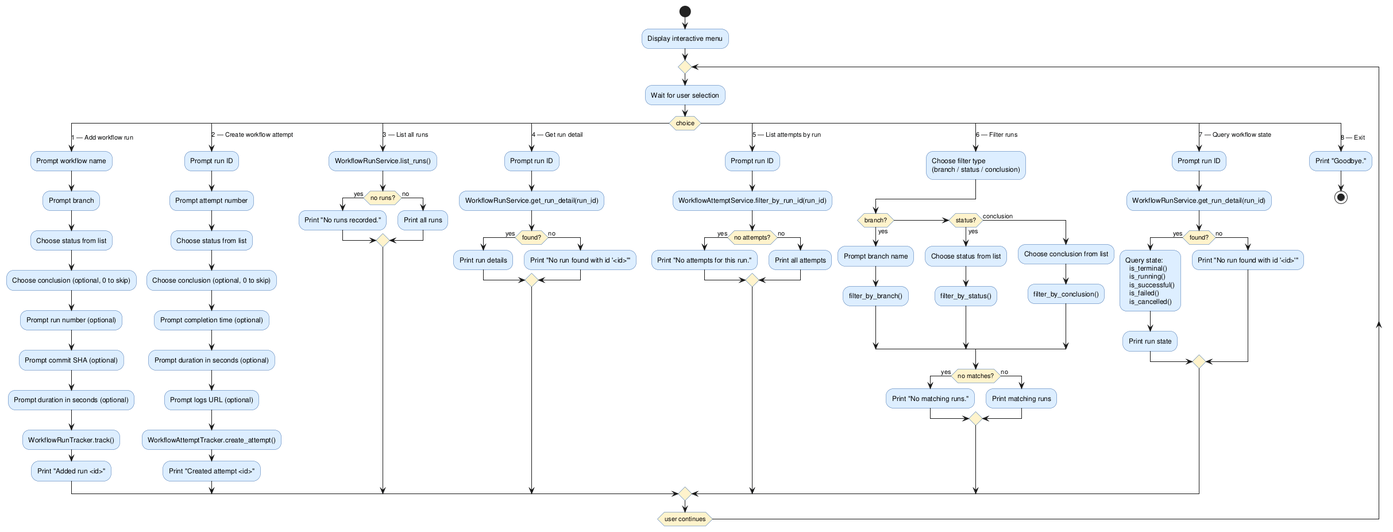
Above: experiments/pipeline/structured_text/github-workflow-manager/artifacts/activity_diagram_interactive.png in DanielRiha8906/Software_autoevolution_using_agents (PlantUML), before the change. Its diagram source:
```plantuml
@startuml activity_diagram_interactive

skinparam activityBackgroundColor #DDEEFF
skinparam activityBorderColor     #3366AA
skinparam activityDiamondBackgroundColor #FFF3CC

start

:Display interactive menu;

repeat

  :Wait for user selection;

  switch (choice)

    case (1 — Add workflow run)
      :Prompt workflow name;
      :Prompt branch;
      :Choose status from list;
      :Choose conclusion (optional, 0 to skip);
      :Prompt run number (optional);
      :Prompt commit SHA (optional);
      :Prompt duration in seconds (optional);
      :WorkflowRunTracker.track();
      :Print "Added run <id>";

    case (2 — Create workflow attempt)
      :Prompt run ID;
      :Prompt attempt number;
      :Choose status from list;
      :Choose conclusion (optional, 0 to skip);
      :Prompt completion time (optional);
      :Prompt duration in seconds (optional);
      :Prompt logs URL (optional);
      :WorkflowAttemptTracker.create_attempt();
      :Print "Created attempt <id>";

    case (3 — List all runs)
      :WorkflowRunService.list_runs();
      if (no runs?) then (yes)
        :Print "No runs recorded.";
      else (no)
        :Print all runs;
      endif

    case (4 — Get run detail)
      :Prompt run ID;
      :WorkflowRunService.get_run_detail(run_id);
      if (found?) then (yes)
        :Print run details;
      else (no)
        :Print "No run found with id '<id>'";
      endif

    case (5 — List attempts by run)
      :Prompt run ID;
      :WorkflowAttemptService.filter_by_run_id(run_id);
      if (no attempts?) then (yes)
        :Print "No attempts for this run.";
      else (no)
        :Print all attempts;
      endif

    case (6 — Filter runs)
      :Choose filter type\n(branch / status / conclusion);
      if (branch?) then (yes)
        :Prompt branch name;
        :filter_by_branch();
      elseif (status?) then (yes)
        :Choose status from list;
        :filter_by_status();
      else (conclusion)
        :Choose conclusion from list;
        :filter_by_conclusion();
      endif
      if (no matches?) then (yes)
        :Print "No matching runs.";
      else (no)
        :Print matching runs;
      endif

    case (7 — Query workflow state)
      :Prompt run ID;
      :WorkflowRunService.get_run_detail(run_id);
      if (found?) then (yes)
        :Query state:\n  is_terminal()\n  is_running()\n  is_successful()\n  is_failed()\n  is_cancelled();
        :Print run state;
      else (no)
        :Print "No run found with id '<id>'";
      endif

    case (8 — Exit)
      :Print "Goodbye.";
      stop

  endswitch

repeat while (user continues)

@enduml
```
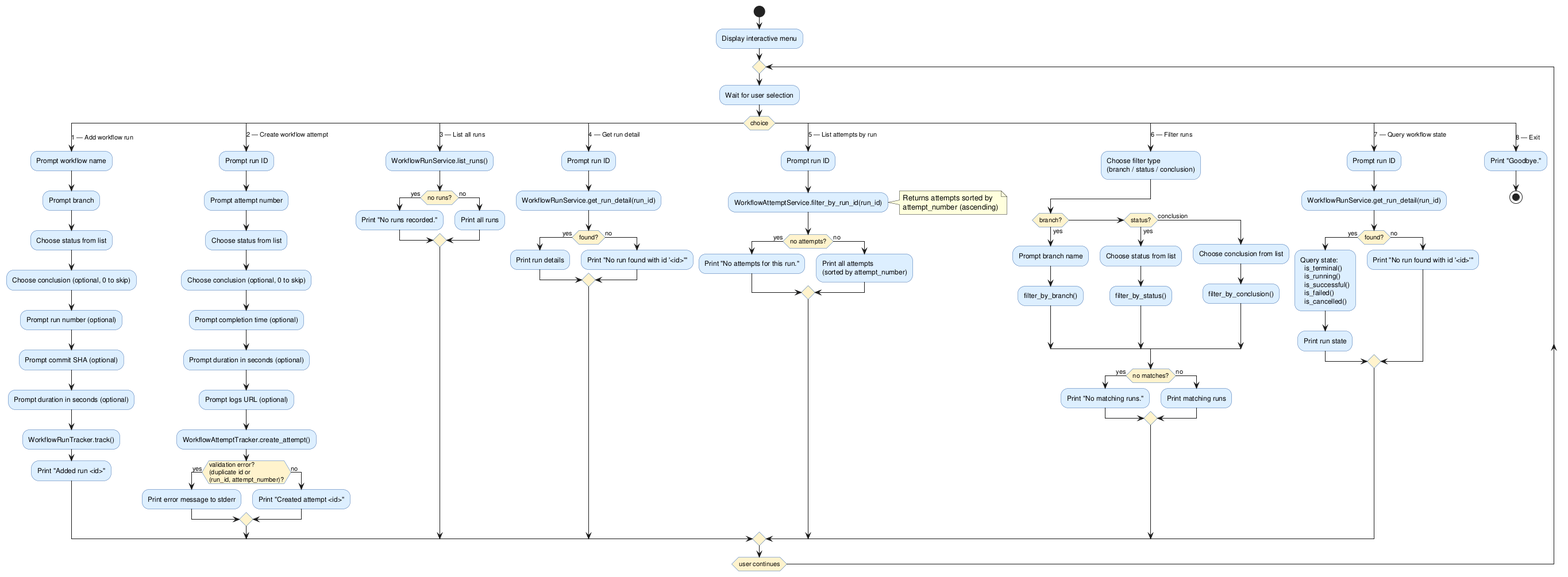
Later version of the same file.

The edit, as a diff of the source:
```diff
@@ -34,7 +34,11 @@
       :Prompt duration in seconds (optional);
       :Prompt logs URL (optional);
       :WorkflowAttemptTracker.create_attempt();
-      :Print "Created attempt <id>";
+      if (validation error?\n(duplicate id or\n(run_id, attempt_number)?) then (yes)
+        :Print error message to stderr;
+      else (no)
+        :Print "Created attempt <id>";
+      endif
 
     case (3 — List all runs)
       :WorkflowRunService.list_runs();
@@ -56,10 +60,14 @@
     case (5 — List attempts by run)
       :Prompt run ID;
       :WorkflowAttemptService.filter_by_run_id(run_id);
+      note right
+        Returns attempts sorted by
+        attempt_number (ascending)
+      end note
       if (no attempts?) then (yes)
         :Print "No attempts for this run.";
       else (no)
-        :Print all attempts;
+        :Print all attempts\n(sorted by attempt_number);
       endif
 
     case (6 — Filter runs)
```
